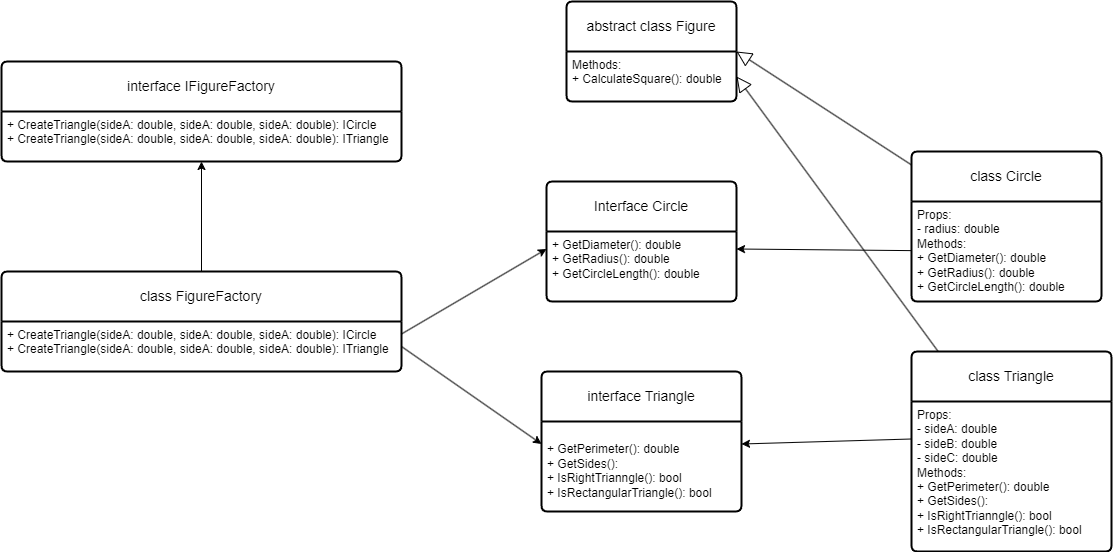
The draw.io diagram Task 1/diagrams/FigureSquare.ClassDiagram.png in SeleznyovDV/FigureSquare, before a commit. Source tidied: cells renumbered, new cells last; positions are measured from the earlier drawing's top-left corner, leaving out a move shared by most shapes.
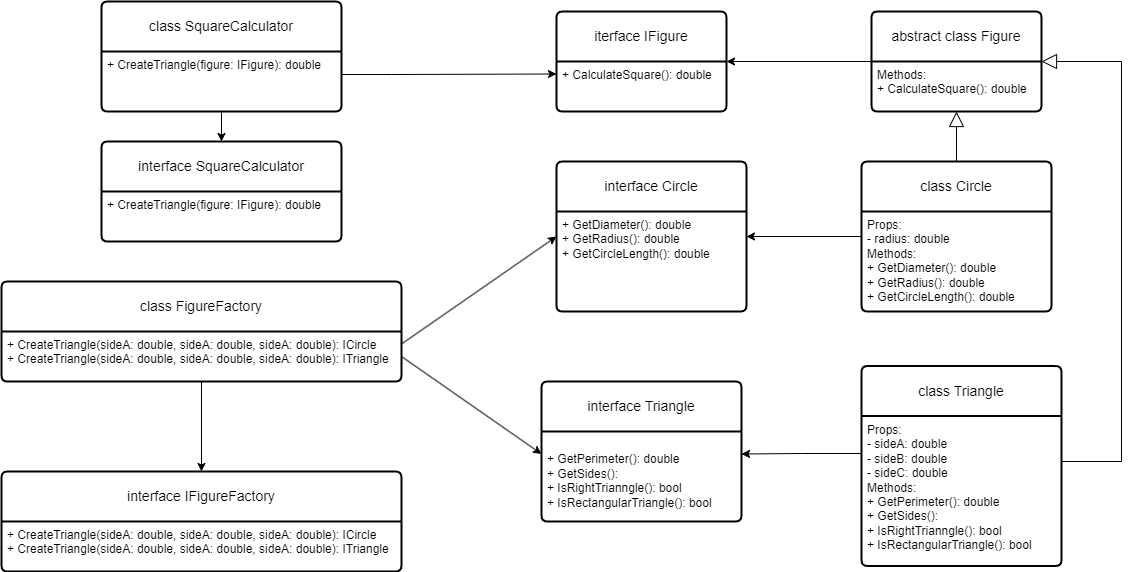
Above is the later version.

Diff of the diagram source:
```diff
@@ -2,35 +2,45 @@
   <root>
     <mxCell id="0" />
     <mxCell id="1" parent="0" />
+    <mxCell id="23" style="edgeStyle=orthogonalEdgeStyle;rounded=0;jettySize=auto;html=1;entryX=1;entryY=0.5;entryDx=0;entryDy=0;" parent="1" edge="1" source="2" target="24">
+      <mxGeometry relative="1" as="geometry" />
+    </mxCell>
     <mxCell id="2" value="abstract class Figure" style="swimlane;horizontal=1;startSize=50;rounded=1;fontSize=14;fontStyle=0;strokeWidth=2;shadow=0;dashed=0;align=center;arcSize=4;whiteSpace=wrap;html=1;" parent="1" vertex="1">
-      <mxGeometry x="565" width="170" height="100" as="geometry" />
+      <mxGeometry x="870" width="170" height="100" as="geometry" />
     </mxCell>
     <mxCell id="3" value="Methods:&lt;br&gt;+ CalculateSquare(): double" style="align=left;strokeColor=none;fillColor=none;spacingLeft=4;fontSize=12;verticalAlign=top;html=1;" parent="2" vertex="1">
       <mxGeometry y="50" width="170" height="50" as="geometry" />
     </mxCell>
-    <mxCell id="4" style="rounded=0;jettySize=auto;html=1;entryX=1;entryY=0.5;entryDx=0;entryDy=0;endArrow=block;endFill=0;strokeWidth=1;endSize=13;" parent="1" edge="1" source="5" target="3">
-      <mxGeometry relative="1" as="geometry" />
+    <mxCell id="4" style="rounded=0;jettySize=auto;html=1;endArrow=block;endFill=0;strokeWidth=1;endSize=13;edgeStyle=orthogonalEdgeStyle;" parent="1" edge="1" source="5">
+      <mxGeometry relative="1" as="geometry">
+        <mxPoint x="1040" y="50" as="targetPoint" />
+        <Array as="points">
+          <mxPoint x="1120" y="450" />
+          <mxPoint x="1120" y="50" />
+          <mxPoint x="1040" y="50" />
+        </Array>
+      </mxGeometry>
     </mxCell>
     <mxCell id="5" value="class Triangle" style="swimlane;horizontal=1;startSize=50;rounded=1;fontSize=14;fontStyle=0;strokeWidth=2;shadow=0;dashed=0;align=center;arcSize=4;whiteSpace=wrap;html=1;" parent="1" vertex="1">
-      <mxGeometry x="910" y="350" width="200" height="200" as="geometry" />
+      <mxGeometry x="860" y="354.5" width="200" height="200" as="geometry" />
     </mxCell>
     <mxCell id="6" value="Props:&lt;br&gt;- sideA: double&lt;div&gt;- sideB&lt;span style=&quot;background-color: initial;&quot;&gt;: double&lt;/span&gt;&lt;/div&gt;&lt;div&gt;- sideC: double&lt;br&gt;Methods:&lt;br&gt;+ GetPerimeter(): double&lt;br&gt;+ GetSides():&amp;nbsp;&lt;br&gt;+ IsRightTrianngle(): bool&lt;br&gt;+ IsRectangularTriangle(): bool&lt;/div&gt;" style="align=left;strokeColor=none;fillColor=none;spacingLeft=4;fontSize=12;verticalAlign=top;html=1;" parent="5" vertex="1">
       <mxGeometry y="50" width="200" height="150" as="geometry" />
     </mxCell>
-    <mxCell id="7" style="rounded=0;jettySize=auto;html=1;endArrow=block;endFill=0;endSize=13;entryX=1;entryY=0;entryDx=0;entryDy=0;" parent="1" edge="1" source="8" target="3">
+    <mxCell id="7" style="rounded=0;jettySize=auto;html=1;endArrow=block;endFill=0;endSize=13;entryX=0.5;entryY=1;entryDx=0;entryDy=0;edgeStyle=orthogonalEdgeStyle;" parent="1" edge="1" source="8" target="3">
       <mxGeometry relative="1" as="geometry" />
     </mxCell>
     <mxCell id="8" value="class Circle" style="swimlane;horizontal=1;startSize=50;rounded=1;fontSize=14;fontStyle=0;strokeWidth=2;shadow=0;dashed=0;align=center;arcSize=4;whiteSpace=wrap;html=1;" parent="1" vertex="1">
-      <mxGeometry x="910" y="150" width="190" height="150" as="geometry" />
+      <mxGeometry x="860" y="150" width="190" height="150" as="geometry" />
     </mxCell>
     <mxCell id="9" value="Props:&lt;br&gt;- radius: double&lt;br&gt;Methods:&lt;br&gt;+ GetDiameter(): double&lt;br&gt;+ GetRadius(): double&lt;br&gt;+ GetCircleLength(): double" style="align=left;strokeColor=none;fillColor=none;spacingLeft=4;fontSize=12;verticalAlign=top;html=1;" parent="8" vertex="1">
       <mxGeometry y="50" width="190" height="100" as="geometry" />
     </mxCell>
-    <mxCell id="10" value="Interface Circle" style="swimlane;horizontal=1;startSize=50;rounded=1;fontSize=14;fontStyle=0;strokeWidth=2;shadow=0;dashed=0;align=center;arcSize=4;whiteSpace=wrap;html=1;" parent="1" vertex="1">
-      <mxGeometry x="545" y="180" width="190" height="120" as="geometry" />
+    <mxCell id="10" value="interface Circle" style="swimlane;horizontal=1;startSize=50;rounded=1;fontSize=14;fontStyle=0;strokeWidth=2;shadow=0;dashed=0;align=center;arcSize=4;whiteSpace=wrap;html=1;" parent="1" vertex="1">
+      <mxGeometry x="555" y="150" width="190" height="150" as="geometry" />
     </mxCell>
     <mxCell id="11" value="+ GetDiameter(): double&lt;br&gt;+ GetRadius(): double&lt;br&gt;+ GetCircleLength(): double" style="align=left;strokeColor=none;fillColor=none;spacingLeft=4;fontSize=12;verticalAlign=top;html=1;" parent="10" vertex="1">
-      <mxGeometry y="50" width="190" height="70" as="geometry" />
+      <mxGeometry y="50" width="190" height="100" as="geometry" />
     </mxCell>
     <mxCell id="12" value="interface Triangle" style="swimlane;horizontal=1;startSize=50;rounded=1;fontSize=14;fontStyle=0;strokeWidth=2;shadow=0;dashed=0;align=center;arcSize=4;whiteSpace=wrap;html=1;" parent="1" vertex="1">
       <mxGeometry x="540" y="370" width="200" height="140" as="geometry" />
@@ -38,13 +48,13 @@
     <mxCell id="13" value="&lt;div&gt;&lt;br&gt;+ GetPerimeter(): double&lt;br&gt;+ GetSides():&amp;nbsp;&lt;br&gt;+ IsRightTrianngle(): bool&lt;br&gt;+ IsRectangularTriangle(): bool&lt;/div&gt;" style="align=left;strokeColor=none;fillColor=none;spacingLeft=4;fontSize=12;verticalAlign=top;html=1;" parent="12" vertex="1">
       <mxGeometry y="50" width="200" height="90" as="geometry" />
     </mxCell>
-    <mxCell id="14" style="rounded=0;jettySize=auto;html=1;entryX=1;entryY=0.25;entryDx=0;entryDy=0;" parent="1" edge="1" source="9" target="11">
+    <mxCell id="14" style="rounded=0;jettySize=auto;html=1;entryX=1;entryY=0.25;entryDx=0;entryDy=0;edgeStyle=orthogonalEdgeStyle;exitX=0;exitY=0.25;exitDx=0;exitDy=0;" parent="1" edge="1" source="9" target="11">
       <mxGeometry relative="1" as="geometry" />
     </mxCell>
-    <mxCell id="15" style="rounded=0;jettySize=auto;html=1;entryX=1;entryY=0.25;entryDx=0;entryDy=0;exitX=0;exitY=0.25;exitDx=0;exitDy=0;" parent="1" edge="1" source="6" target="13">
+    <mxCell id="15" style="rounded=0;jettySize=auto;html=1;entryX=1;entryY=0.25;entryDx=0;entryDy=0;exitX=0;exitY=0.25;exitDx=0;exitDy=0;edgeStyle=orthogonalEdgeStyle;" parent="1" edge="1" source="6" target="13">
       <mxGeometry relative="1" as="geometry" />
     </mxCell>
-    <mxCell id="16" style="edgeStyle=orthogonalEdgeStyle;rounded=0;jettySize=auto;html=1;entryX=0.5;entryY=1;entryDx=0;entryDy=0;" parent="1" edge="1" source="17" target="20">
+    <mxCell id="16" style="edgeStyle=orthogonalEdgeStyle;rounded=0;jettySize=auto;html=1;entryX=0.5;entryY=0;entryDx=0;entryDy=0;" parent="1" edge="1" source="17" target="19">
       <mxGeometry relative="1" as="geometry" />
     </mxCell>
     <mxCell id="17" value="class FigureFactory" style="swimlane;horizontal=1;startSize=50;rounded=1;fontSize=14;fontStyle=0;strokeWidth=2;shadow=0;dashed=0;align=center;arcSize=4;whiteSpace=wrap;html=1;" parent="1" vertex="1">
@@ -54,7 +64,7 @@
       <mxGeometry y="50" width="400" height="50" as="geometry" />
     </mxCell>
     <mxCell id="19" value="interface IFigureFactory" style="swimlane;horizontal=1;startSize=50;rounded=1;fontSize=14;fontStyle=0;strokeWidth=2;shadow=0;dashed=0;align=center;arcSize=4;whiteSpace=wrap;html=1;" parent="1" vertex="1">
-      <mxGeometry y="60" width="400" height="100" as="geometry" />
+      <mxGeometry y="460" width="400" height="100" as="geometry" />
     </mxCell>
     <mxCell id="20" value="+ CreateTriangle(sideA: double, sideA: double, sideA: double): ICircle&lt;br&gt;+ CreateTriangle(sideA: double, sideA: double, sideA: double): ITriangle" style="align=left;strokeColor=none;fillColor=none;spacingLeft=4;fontSize=12;verticalAlign=top;html=1;" parent="19" vertex="1">
       <mxGeometry y="50" width="400" height="50" as="geometry" />
@@ -65,5 +75,34 @@
     <mxCell id="22" style="rounded=0;jettySize=auto;html=1;entryX=0;entryY=0.25;entryDx=0;entryDy=0;exitX=1;exitY=0.5;exitDx=0;exitDy=0;" parent="1" edge="1" source="18" target="13">
       <mxGeometry relative="1" as="geometry" />
     </mxCell>
+    <mxCell id="24" value="iterface IFigure" style="swimlane;horizontal=1;startSize=50;rounded=1;fontSize=14;fontStyle=0;strokeWidth=2;shadow=0;dashed=0;align=center;arcSize=4;whiteSpace=wrap;html=1;" parent="1" vertex="1">
+      <mxGeometry x="555" width="170" height="100" as="geometry" />
+    </mxCell>
+    <mxCell id="25" value="+ CalculateSquare(): double" style="align=left;strokeColor=none;fillColor=none;spacingLeft=4;fontSize=12;verticalAlign=top;html=1;" parent="24" vertex="1">
+      <mxGeometry y="50" width="170" height="50" as="geometry" />
+    </mxCell>
+    <mxCell id="26" value="class SquareCalculator" style="swimlane;horizontal=1;startSize=50;rounded=1;fontSize=14;fontStyle=0;strokeWidth=2;shadow=0;dashed=0;align=center;arcSize=4;whiteSpace=wrap;html=1;" parent="1" vertex="1">
+      <mxGeometry x="100" y="-10" width="240" height="110" as="geometry" />
+    </mxCell>
+    <mxCell id="27" value="+ CreateTriangle(figure: IFigure): double" style="align=left;strokeColor=none;fillColor=none;spacingLeft=4;fontSize=12;verticalAlign=top;html=1;" parent="26" vertex="1">
+      <mxGeometry y="50" width="240" height="60" as="geometry" />
+    </mxCell>
+    <mxCell id="28" value="interface SquareCalculator" style="swimlane;horizontal=1;startSize=50;rounded=1;fontSize=14;fontStyle=0;strokeWidth=2;shadow=0;dashed=0;align=center;arcSize=4;whiteSpace=wrap;html=1;" parent="1" vertex="1">
+      <mxGeometry x="100" y="130" width="240" height="100" as="geometry" />
+    </mxCell>
+    <mxCell id="29" value="+ CreateTriangle(figure: IFigure): double" style="align=left;strokeColor=none;fillColor=none;spacingLeft=4;fontSize=12;verticalAlign=top;html=1;" parent="28" vertex="1">
+      <mxGeometry y="50" width="240" height="50" as="geometry" />
+    </mxCell>
+    <mxCell id="30" style="edgeStyle=orthogonalEdgeStyle;rounded=0;jettySize=auto;html=1;entryX=0;entryY=0.25;entryDx=0;entryDy=0;" parent="1" edge="1" source="27" target="25">
+      <mxGeometry relative="1" as="geometry">
+        <Array as="points">
+          <mxPoint x="390" y="63" />
+          <mxPoint x="390" y="63" />
+        </Array>
+      </mxGeometry>
+    </mxCell>
+    <mxCell id="31" style="edgeStyle=orthogonalEdgeStyle;rounded=0;jettySize=auto;html=1;entryX=0.5;entryY=0;entryDx=0;entryDy=0;" parent="1" edge="1" source="27" target="28">
+      <mxGeometry relative="1" as="geometry" />
+    </mxCell>
   </root>
 </mxGraphModel>
```
